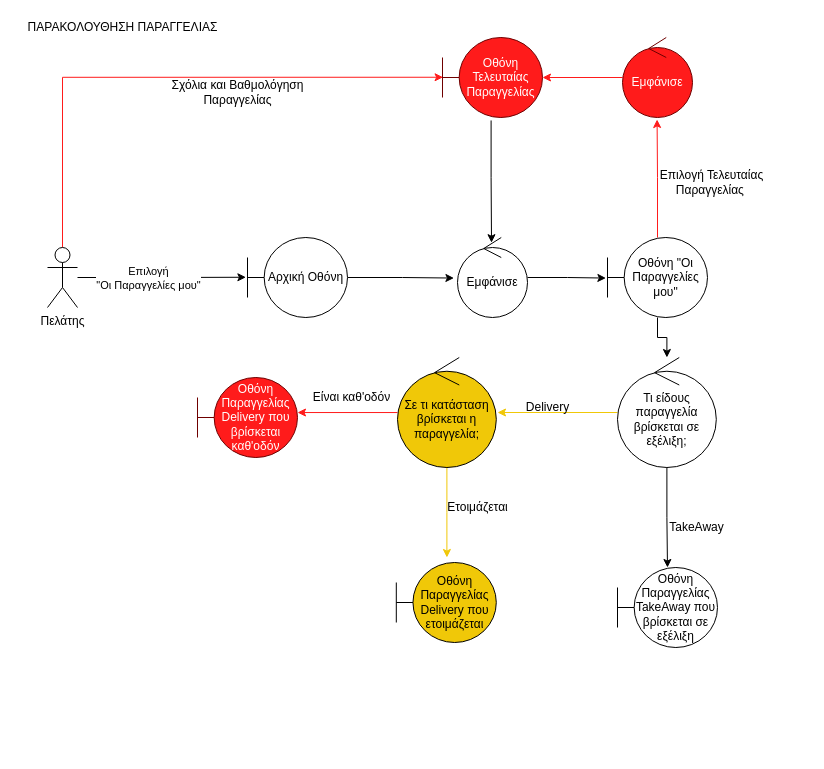
Above: docs/contributions/AthanasiaZ/Writing-Charts/Phase3/Robustness Diagrams/Παρακολούθηση Αποστολής.drawio in iloudaros/nomnomr (draw.io), before the change. Source tidied: cells renumbered, new cells numbered last; positions are measured from the earlier drawing's top-left corner, leaving out a move shared by most shapes. Both pictures are drawn from the tidied source at 100%, with x=0, y=0 at pixel (17, 17).
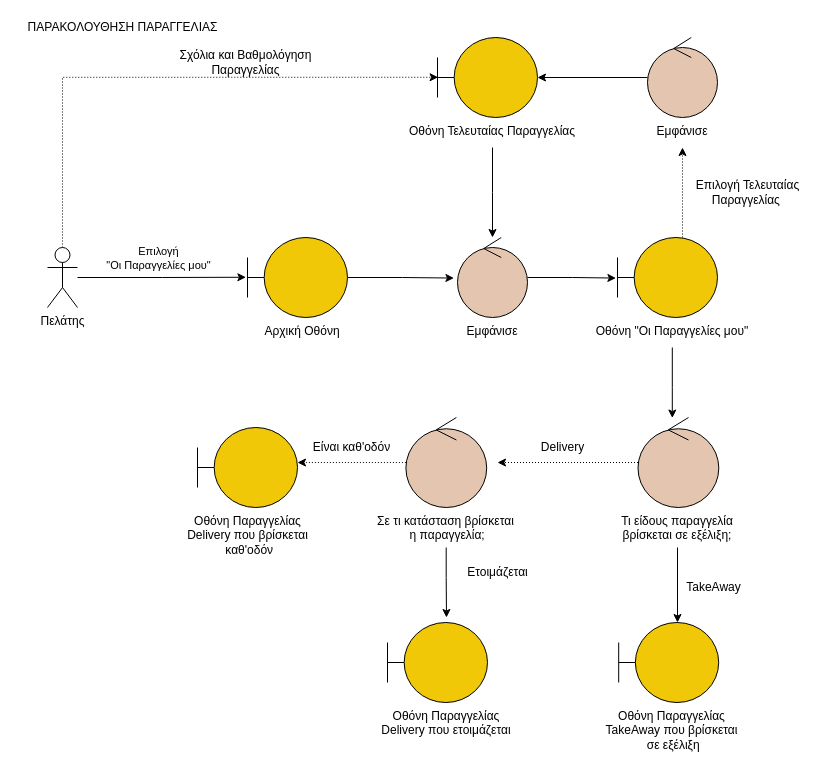
The same diagram, later.

The change refers to these unchanged cells:
```xml
<mxCell id="2" style="rounded=0;jettySize=auto;html=1;entryX=-0.016;entryY=0.497;entryDx=0;entryDy=0;entryPerimeter=0;elbow=vertical;edgeStyle=orthogonalEdgeStyle;" parent="1" edge="1" source="5" target="7">
  <mxGeometry relative="1" as="geometry" />
</mxCell>
<mxCell id="5" value="Πελάτης" style="shape=umlActor;verticalLabelPosition=bottom;verticalAlign=top;html=1;" parent="1" vertex="1">
  <mxGeometry x="30" y="230" width="30" height="60" as="geometry" />
</mxCell>
```

Diff of the diagram source:
```diff
@@
-    <mxCell id="3" value="Επιλογή &lt;br&gt;&quot;Οι Παραγγελίες μου&quot;" style="edgeLabel;html=1;align=center;verticalAlign=middle;" parent="2" vertex="1">
+    <mxCell id="3" value="Επιλογή &lt;br&gt;&quot;Οι Παραγγελίες μου&quot;" style="edgeLabel;html=1;align=center;verticalAlign=middle;labelBackgroundColor=none;" parent="2" vertex="1">
       <mxGeometry x="-0.35" y="1" relative="1" as="geometry">
-        <mxPoint x="15" y="1" as="offset" />
+        <mxPoint x="25" y="-19" as="offset" />
       </mxGeometry>
     </mxCell>
-    <mxCell id="4" style="rounded=0;jettySize=auto;html=1;entryX=0.006;entryY=0.497;entryDx=0;entryDy=0;entryPerimeter=0;fontColor=#000000;endArrow=classic;endFill=1;strokeColor=#FF1B1B;fillColor=#a20025;exitX=0.5;exitY=0;exitDx=0;exitDy=0;exitPerimeter=0;elbow=vertical;edgeStyle=orthogonalEdgeStyle;" parent="1" edge="1" source="5" target="21">
+    <mxCell id="4" style="rounded=0;jettySize=auto;html=1;entryX=0.006;entryY=0.497;entryDx=0;entryDy=0;entryPerimeter=0;fontColor=#000000;endArrow=classic;endFill=1;strokeColor=#000000;fillColor=#a20025;exitX=0.5;exitY=0;exitDx=0;exitDy=0;exitPerimeter=0;elbow=vertical;edgeStyle=orthogonalEdgeStyle;dashed=1;dashPattern=1 2;" parent="1" edge="1" source="5" target="21">
       <mxGeometry relative="1" as="geometry" />
     </mxCell>
@@
-    <mxCell id="7" value="Αρχική Οθόνη" style="shape=umlBoundary;whiteSpace=wrap;html=1;" parent="1" vertex="1">
+    <mxCell id="7" style="shape=umlBoundary;whiteSpace=wrap;html=1;fillColor=#F0C808;strokeColor=#000000;" parent="1" vertex="1">
       <mxGeometry x="230" y="220" width="100" height="80" as="geometry" />
     </mxCell>
@@
-    <mxCell id="9" value="Εμφάνισε" style="ellipse;shape=umlControl;whiteSpace=wrap;html=1;" parent="1" vertex="1">
+    <mxCell id="9" style="ellipse;shape=umlControl;whiteSpace=wrap;html=1;fillColor=#E4C5AF;" parent="1" vertex="1">
       <mxGeometry x="440" y="220" width="70" height="80" as="geometry" />
     </mxCell>
-    <mxCell id="10" style="rounded=0;jettySize=auto;html=1;entryX=0.494;entryY=1.025;entryDx=0;entryDy=0;entryPerimeter=0;fillColor=#a20025;strokeColor=#FF1B1B;elbow=vertical;edgeStyle=orthogonalEdgeStyle;" parent="1" edge="1" source="12" target="18">
-      <mxGeometry relative="1" as="geometry" />
+    <mxCell id="10" style="rounded=0;jettySize=auto;html=1;entryX=0.5;entryY=1;entryDx=0;entryDy=0;fillColor=#a20025;strokeColor=#000000;elbow=vertical;edgeStyle=orthogonalEdgeStyle;dashed=1;dashPattern=1 2;" parent="1" edge="1" source="12" target="34">
+      <mxGeometry relative="1" as="geometry">
+        <Array as="points">
+          <mxPoint x="665" y="220" />
+          <mxPoint x="665" y="220" />
+        </Array>
+      </mxGeometry>
     </mxCell>
-    <mxCell id="11" style="rounded=0;jettySize=auto;html=1;fontColor=#000000;endArrow=classic;endFill=1;elbow=vertical;edgeStyle=orthogonalEdgeStyle;" parent="1" edge="1" source="12" target="15">
-      <mxGeometry relative="1" as="geometry" />
+    <mxCell id="11" style="rounded=0;jettySize=auto;html=1;fontColor=#000000;endArrow=classic;endFill=1;elbow=vertical;edgeStyle=orthogonalEdgeStyle;exitX=0.5;exitY=1;exitDx=0;exitDy=0;" parent="1" edge="1" source="37" target="15">
+      <mxGeometry relative="1" as="geometry">
+        <Array as="points">
+          <mxPoint x="655" y="370" />
+          <mxPoint x="655" y="370" />
+        </Array>
+      </mxGeometry>
     </mxCell>
-    <mxCell id="12" value="Οθόνη &quot;Οι Παραγγελίες μου&quot;" style="shape=umlBoundary;whiteSpace=wrap;html=1;" parent="1" vertex="1">
-      <mxGeometry x="590" y="220" width="100" height="80" as="geometry" />
+    <mxCell id="12" style="shape=umlBoundary;whiteSpace=wrap;html=1;fillColor=#F0C808;strokeColor=#000000;" parent="1" vertex="1">
+      <mxGeometry x="600" y="220" width="100" height="80" as="geometry" />
     </mxCell>
-    <mxCell id="13" style="rounded=0;jettySize=auto;html=1;elbow=vertical;edgeStyle=orthogonalEdgeStyle;" parent="1" edge="1" source="15" target="16">
-      <mxGeometry relative="1" as="geometry" />
+    <mxCell id="13" style="rounded=0;jettySize=auto;html=1;elbow=vertical;edgeStyle=orthogonalEdgeStyle;exitX=0.5;exitY=1;exitDx=0;exitDy=0;" parent="1" edge="1" source="40" target="16">
+      <mxGeometry relative="1" as="geometry">
+        <Array as="points">
+          <mxPoint x="660" y="530" />
+        </Array>
+      </mxGeometry>
     </mxCell>
-    <mxCell id="14" style="rounded=0;jettySize=auto;html=1;fontColor=#000000;endArrow=classic;endFill=1;fillColor=#a20025;strokeColor=#F0C808;elbow=vertical;edgeStyle=orthogonalEdgeStyle;" parent="1" edge="1" source="15">
+    <mxCell id="14" style="rounded=0;jettySize=auto;html=1;fontColor=#000000;endArrow=classic;endFill=1;fillColor=#a20025;strokeColor=#000000;elbow=vertical;edgeStyle=orthogonalEdgeStyle;dashed=1;dashPattern=1 2;" parent="1" edge="1" source="15">
       <mxGeometry relative="1" as="geometry">
-        <mxPoint x="480" y="395" as="targetPoint" />
+        <mxPoint x="480" y="445" as="targetPoint" />
       </mxGeometry>
     </mxCell>
-    <mxCell id="15" value="Τι είδους παραγγελία βρίσκεται σε εξέλιξη;" style="ellipse;shape=umlControl;whiteSpace=wrap;html=1;" parent="1" vertex="1">
-      <mxGeometry x="600" y="340" width="98.8" height="110" as="geometry" />
+    <mxCell id="15" style="ellipse;shape=umlControl;whiteSpace=wrap;html=1;fillColor=#E4C5AF;" parent="1" vertex="1">
+      <mxGeometry x="620.5" y="400" width="80.8" height="90" as="geometry" />
     </mxCell>
-    <mxCell id="16" value="Οθόνη Παραγγελίας&lt;br&gt;TakeAway που βρίσκεται σε εξέλιξη" style="shape=umlBoundary;whiteSpace=wrap;html=1;" parent="1" vertex="1">
-      <mxGeometry x="600" y="550" width="100" height="80" as="geometry" />
+    <mxCell id="16" style="shape=umlBoundary;whiteSpace=wrap;html=1;fillColor=#F0C808;strokeColor=#000000;" parent="1" vertex="1">
+      <mxGeometry x="601.2" y="605" width="100" height="80" as="geometry" />
     </mxCell>
-    <mxCell id="17" style="rounded=0;jettySize=auto;html=1;fillColor=#a20025;strokeColor=#FF1B1B;elbow=vertical;edgeStyle=orthogonalEdgeStyle;" parent="1" edge="1" source="18" target="21">
+    <mxCell id="17" style="rounded=0;jettySize=auto;html=1;fillColor=#a20025;strokeColor=#000000;elbow=vertical;edgeStyle=orthogonalEdgeStyle;" parent="1" edge="1" source="18" target="21">
       <mxGeometry relative="1" as="geometry" />
     </mxCell>
-    <mxCell id="18" value="Εμφάνισε" style="ellipse;shape=umlControl;whiteSpace=wrap;html=1;fillColor=#FF1B1B;fontColor=#ffffff;strokeColor=#6F0000;" parent="1" vertex="1">
-      <mxGeometry x="605" y="20" width="70" height="80" as="geometry" />
+    <mxCell id="18" style="ellipse;shape=umlControl;whiteSpace=wrap;html=1;fillColor=#E4C5AF;fontColor=#ffffff;strokeColor=#000000;" parent="1" vertex="1">
+      <mxGeometry x="630" y="20" width="70" height="80" as="geometry" />
     </mxCell>
     <mxCell id="19" value="Επιλογή Τελευταίας &lt;br&gt;Παραγγελίας&amp;nbsp;" style="text;html=1;align=center;verticalAlign=middle;strokeColor=none;fillColor=none;" parent="1" vertex="1">
-      <mxGeometry x="634" y="150" width="120" height="30" as="geometry" />
+      <mxGeometry x="670" y="160" width="120" height="30" as="geometry" />
     </mxCell>
-    <mxCell id="20" style="rounded=0;jettySize=auto;html=1;entryX=0.486;entryY=0.065;entryDx=0;entryDy=0;entryPerimeter=0;startArrow=none;exitX=0.486;exitY=1.037;exitDx=0;exitDy=0;exitPerimeter=0;elbow=vertical;edgeStyle=orthogonalEdgeStyle;" parent="1" edge="1" source="21" target="9">
-      <mxGeometry relative="1" as="geometry" />
+    <mxCell id="20" style="rounded=0;jettySize=auto;html=1;startArrow=none;elbow=vertical;edgeStyle=orthogonalEdgeStyle;exitX=0.5;exitY=1;exitDx=0;exitDy=0;" parent="1" edge="1" source="33">
+      <mxGeometry relative="1" as="geometry">
+        <mxPoint x="475" y="220" as="targetPoint" />
+      </mxGeometry>
     </mxCell>
-    <mxCell id="21" value="Οθόνη Τελευταίας Παραγγελίας" style="shape=umlBoundary;whiteSpace=wrap;html=1;fillColor=#FF1B1B;fontColor=#ffffff;strokeColor=#6F0000;" parent="1" vertex="1">
-      <mxGeometry x="425" y="20" width="100" height="80" as="geometry" />
+    <mxCell id="21" style="shape=umlBoundary;whiteSpace=wrap;html=1;fillColor=#F0C808;fontColor=#ffffff;strokeColor=#000000;" parent="1" vertex="1">
+      <mxGeometry x="420" y="20" width="100" height="80" as="geometry" />
     </mxCell>
@@
     <mxCell id="23" value="Σχόλια και Βαθμολόγηση&lt;br&gt;Παραγγελίας" style="text;html=1;align=center;verticalAlign=middle;strokeColor=none;fillColor=none;fontColor=#000000;" parent="1" vertex="1">
-      <mxGeometry x="145" y="60" width="150" height="30" as="geometry" />
+      <mxGeometry x="152.5" y="30" width="150" height="30" as="geometry" />
     </mxCell>
     <mxCell id="24" value="TakeAway" style="text;html=1;align=center;verticalAlign=middle;strokeColor=none;fillColor=none;fontColor=#000000;" parent="1" vertex="1">
-      <mxGeometry x="644" y="500" width="70" height="20" as="geometry" />
+      <mxGeometry x="661.2" y="560" width="70" height="20" as="geometry" />
     </mxCell>
-    <mxCell id="25" style="rounded=0;jettySize=auto;html=1;fontColor=#000000;endArrow=classic;endFill=1;strokeColor=#F0C808;elbow=vertical;edgeStyle=orthogonalEdgeStyle;" parent="1" edge="1" source="27">
+    <mxCell id="25" style="rounded=0;jettySize=auto;html=1;fontColor=#000000;endArrow=classic;endFill=1;strokeColor=#000000;elbow=vertical;edgeStyle=orthogonalEdgeStyle;exitX=0.5;exitY=1;exitDx=0;exitDy=0;" parent="1" edge="1" source="39">
       <mxGeometry relative="1" as="geometry">
-        <mxPoint x="429.4" y="540" as="targetPoint" />
+        <mxPoint x="429" y="600" as="targetPoint" />
+        <Array as="points">
+          <mxPoint x="429" y="560" />
+          <mxPoint x="429" y="560" />
+        </Array>
       </mxGeometry>
     </mxCell>
-    <mxCell id="26" style="rounded=0;jettySize=auto;html=1;entryX=1;entryY=0.438;entryDx=0;entryDy=0;entryPerimeter=0;fontColor=#000000;endArrow=classic;endFill=1;strokeColor=#FF1B1B;fillColor=#a20025;elbow=vertical;edgeStyle=orthogonalEdgeStyle;" parent="1" edge="1" source="27" target="31">
+    <mxCell id="26" style="rounded=0;jettySize=auto;html=1;entryX=1;entryY=0.438;entryDx=0;entryDy=0;entryPerimeter=0;fontColor=#000000;endArrow=classic;endFill=1;strokeColor=#000000;fillColor=#a20025;elbow=vertical;edgeStyle=orthogonalEdgeStyle;dashed=1;dashPattern=1 2;" parent="1" edge="1" source="27" target="31">
       <mxGeometry relative="1" as="geometry" />
     </mxCell>
-    <mxCell id="27" value="Σε τι κατάσταση βρίσκεται η παραγγελία;" style="ellipse;shape=umlControl;whiteSpace=wrap;html=1;fillColor=#F0C808;" parent="1" vertex="1">
-      <mxGeometry x="380" y="340" width="98.8" height="110" as="geometry" />
+    <mxCell id="27" style="ellipse;shape=umlControl;whiteSpace=wrap;html=1;fillColor=#E4C5AF;" parent="1" vertex="1">
+      <mxGeometry x="388.4" y="400" width="80.8" height="90" as="geometry" />
     </mxCell>
     <mxCell id="28" value="Delivery" style="text;html=1;align=center;verticalAlign=middle;strokeColor=none;fillColor=none;fontColor=#000000;" parent="1" vertex="1">
-      <mxGeometry x="500" y="380" width="60" height="20" as="geometry" />
+      <mxGeometry x="515" y="420" width="60" height="20" as="geometry" />
     </mxCell>
-    <mxCell id="29" value="Οθόνη Παραγγελίας&lt;br&gt;Delivery που ετοιμάζεται" style="shape=umlBoundary;whiteSpace=wrap;html=1;fillColor=#F0C808;" parent="1" vertex="1">
-      <mxGeometry x="378.8" y="545" width="100" height="80" as="geometry" />
+    <mxCell id="29" style="shape=umlBoundary;whiteSpace=wrap;html=1;fillColor=#F0C808;strokeColor=#000000;" parent="1" vertex="1">
+      <mxGeometry x="370" y="605" width="100" height="80" as="geometry" />
     </mxCell>
     <mxCell id="30" value="Ετοιμάζεται" style="text;html=1;align=center;verticalAlign=middle;strokeColor=none;fillColor=none;fontColor=#000000;" parent="1" vertex="1">
-      <mxGeometry x="420" y="480" width="80" height="20" as="geometry" />
+      <mxGeometry x="440" y="545" width="80" height="20" as="geometry" />
     </mxCell>
-    <mxCell id="31" value="Οθόνη Παραγγελίας&lt;br&gt;Delivery που βρίσκεται καθ'οδόν" style="shape=umlBoundary;whiteSpace=wrap;html=1;fillColor=#FF1B1B;fontColor=#ffffff;strokeColor=#6F0000;" parent="1" vertex="1">
-      <mxGeometry x="180" y="360" width="100" height="80" as="geometry" />
+    <mxCell id="31" style="shape=umlBoundary;whiteSpace=wrap;html=1;fillColor=#F0C808;fontColor=#ffffff;strokeColor=#000000;" parent="1" vertex="1">
+      <mxGeometry x="180" y="410" width="100" height="80" as="geometry" />
     </mxCell>
     <mxCell id="32" value="Είναι καθ'οδόν" style="text;html=1;align=center;verticalAlign=middle;strokeColor=none;fillColor=none;fontColor=#000000;" parent="1" vertex="1">
-      <mxGeometry x="288.8" y="370" width="90" height="20" as="geometry" />
+      <mxGeometry x="288.8" y="420" width="90" height="20" as="geometry" />
     </mxCell>
+    <mxCell id="33" value="&lt;span style=&quot;font-family: helvetica; font-size: 12px; font-style: normal; font-weight: 400; letter-spacing: normal; text-indent: 0px; text-transform: none; word-spacing: 0px; display: inline; float: none;&quot;&gt;Οθόνη Τελευταίας Παραγγελίας&lt;/span&gt;" style="text;whiteSpace=wrap;html=1;align=center;fontColor=default;labelBackgroundColor=none;" parent="1" vertex="1">
+      <mxGeometry x="370" y="100" width="210" height="30" as="geometry" />
+    </mxCell>
+    <mxCell id="34" value="&lt;span style=&quot;font-family: helvetica; font-size: 12px; font-style: normal; font-weight: 400; letter-spacing: normal; text-indent: 0px; text-transform: none; word-spacing: 0px; display: inline; float: none;&quot;&gt;Εμφάνισε&lt;/span&gt;" style="text;whiteSpace=wrap;html=1;align=center;fontColor=default;labelBackgroundColor=none;" parent="1" vertex="1">
+      <mxGeometry x="625" y="100" width="80" height="30" as="geometry" />
+    </mxCell>
+    <mxCell id="35" value="&lt;span style=&quot;font-family: helvetica; font-size: 12px; font-style: normal; font-weight: 400; letter-spacing: normal; text-indent: 0px; text-transform: none; word-spacing: 0px; display: inline; float: none;&quot;&gt;Αρχική Οθόνη&lt;/span&gt;" style="text;whiteSpace=wrap;html=1;align=center;fontColor=default;labelBackgroundColor=none;" parent="1" vertex="1">
+      <mxGeometry x="230" y="300" width="110" height="30" as="geometry" />
+    </mxCell>
+    <mxCell id="36" value="&lt;span style=&quot;font-family: helvetica; font-size: 12px; font-style: normal; font-weight: 400; letter-spacing: normal; text-indent: 0px; text-transform: none; word-spacing: 0px; display: inline; float: none;&quot;&gt;Εμφάνισε&lt;/span&gt;" style="text;whiteSpace=wrap;html=1;align=center;fontColor=default;labelBackgroundColor=none;" parent="1" vertex="1">
+      <mxGeometry x="435" y="300" width="80" height="30" as="geometry" />
+    </mxCell>
+    <mxCell id="37" value="&lt;span style=&quot;font-family: helvetica; font-size: 12px; font-style: normal; font-weight: 400; letter-spacing: normal; text-indent: 0px; text-transform: none; word-spacing: 0px; display: inline; float: none;&quot;&gt;Οθόνη &quot;Οι Παραγγελίες μου&quot;&lt;/span&gt;" style="text;whiteSpace=wrap;html=1;align=center;fontColor=default;labelBackgroundColor=none;" parent="1" vertex="1">
+      <mxGeometry x="559.8" y="300" width="190" height="30" as="geometry" />
+    </mxCell>
+    <mxCell id="38" value="&lt;span style=&quot;font-family: helvetica; font-size: 12px; font-style: normal; font-weight: 400; letter-spacing: normal; text-indent: 0px; text-transform: none; word-spacing: 0px; display: inline; float: none;&quot;&gt;Οθόνη Παραγγελίας&lt;/span&gt;&lt;br style=&quot;font-family: helvetica; font-size: 12px; font-style: normal; font-weight: 400; letter-spacing: normal; text-indent: 0px; text-transform: none; word-spacing: 0px;&quot;&gt;&lt;span style=&quot;font-family: helvetica; font-size: 12px; font-style: normal; font-weight: 400; letter-spacing: normal; text-indent: 0px; text-transform: none; word-spacing: 0px; display: inline; float: none;&quot;&gt;Delivery που βρίσκεται&lt;br&gt;&amp;nbsp;καθ'οδόν&lt;/span&gt;" style="text;whiteSpace=wrap;html=1;align=center;fontColor=default;labelBackgroundColor=none;" parent="1" vertex="1">
+      <mxGeometry x="157.5" y="490" width="145" height="40" as="geometry" />
+    </mxCell>
+    <mxCell id="39" value="&lt;span style=&quot;font-family: helvetica; font-size: 12px; font-style: normal; font-weight: 400; letter-spacing: normal; text-indent: 0px; text-transform: none; word-spacing: 0px; display: inline; float: none;&quot;&gt;Σε τι κατάσταση βρίσκεται&lt;br&gt;&amp;nbsp;η παραγγελία;&lt;/span&gt;" style="text;whiteSpace=wrap;html=1;align=center;fontColor=default;labelBackgroundColor=none;" parent="1" vertex="1">
+      <mxGeometry x="343.1" y="490" width="171.2" height="40" as="geometry" />
+    </mxCell>
+    <mxCell id="40" value="&lt;span style=&quot;font-family: helvetica; font-size: 12px; font-style: normal; font-weight: 400; letter-spacing: normal; text-indent: 0px; text-transform: none; word-spacing: 0px; display: inline; float: none;&quot;&gt;Τι είδους παραγγελία &lt;br&gt;βρίσκεται σε εξέλιξη;&lt;/span&gt;" style="text;whiteSpace=wrap;html=1;align=center;fontColor=default;labelBackgroundColor=none;" parent="1" vertex="1">
+      <mxGeometry x="580" y="490" width="160" height="40" as="geometry" />
+    </mxCell>
+    <mxCell id="41" value="&lt;span style=&quot;color: rgb(0, 0, 0); font-family: helvetica; font-size: 12px; font-style: normal; font-weight: 400; letter-spacing: normal; text-indent: 0px; text-transform: none; word-spacing: 0px; display: inline; float: none;&quot;&gt;Οθόνη Παραγγελίας&lt;/span&gt;&lt;br style=&quot;color: rgb(0, 0, 0); font-family: helvetica; font-size: 12px; font-style: normal; font-weight: 400; letter-spacing: normal; text-indent: 0px; text-transform: none; word-spacing: 0px;&quot;&gt;&lt;span style=&quot;color: rgb(0, 0, 0); font-family: helvetica; font-size: 12px; font-style: normal; font-weight: 400; letter-spacing: normal; text-indent: 0px; text-transform: none; word-spacing: 0px; display: inline; float: none;&quot;&gt;Delivery που ετοιμάζεται&lt;/span&gt;" style="text;whiteSpace=wrap;html=1;fontColor=default;align=center;labelBackgroundColor=none;" parent="1" vertex="1">
+      <mxGeometry x="348.8" y="685" width="160" height="40" as="geometry" />
+    </mxCell>
+    <mxCell id="42" value="&lt;span style=&quot;color: rgb(0, 0, 0); font-family: helvetica; font-size: 12px; font-style: normal; font-weight: 400; letter-spacing: normal; text-indent: 0px; text-transform: none; word-spacing: 0px; display: inline; float: none;&quot;&gt;Οθόνη Παραγγελίας&lt;/span&gt;&lt;br style=&quot;color: rgb(0, 0, 0); font-family: helvetica; font-size: 12px; font-style: normal; font-weight: 400; letter-spacing: normal; text-indent: 0px; text-transform: none; word-spacing: 0px;&quot;&gt;&lt;span style=&quot;color: rgb(0, 0, 0); font-family: helvetica; font-size: 12px; font-style: normal; font-weight: 400; letter-spacing: normal; text-indent: 0px; text-transform: none; word-spacing: 0px; display: inline; float: none;&quot;&gt;TakeAway που βρίσκεται&lt;br&gt;&amp;nbsp;σε εξέλιξη&lt;/span&gt;" style="text;whiteSpace=wrap;html=1;fontColor=default;align=center;labelBackgroundColor=none;" parent="1" vertex="1">
+      <mxGeometry x="563.2" y="685" width="183" height="40" as="geometry" />
+    </mxCell>
```
